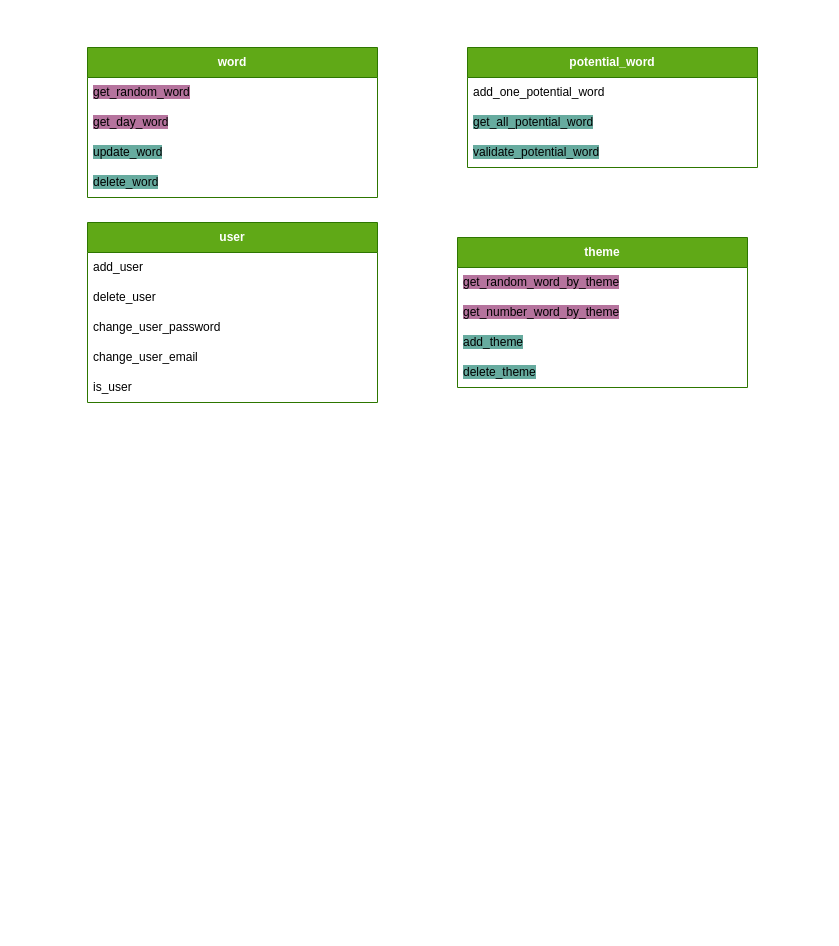
Above: polymathon.drawio in Staneo644/Polymathon_back (draw.io), before the change. Source tidied: cells renumbered, new cells numbered last; positions are measured from the earlier drawing's top-left corner, leaving out a move shared by most shapes. Both pictures are drawn from the tidied source at 100%, with x=0, y=0 at pixel (87, 47).
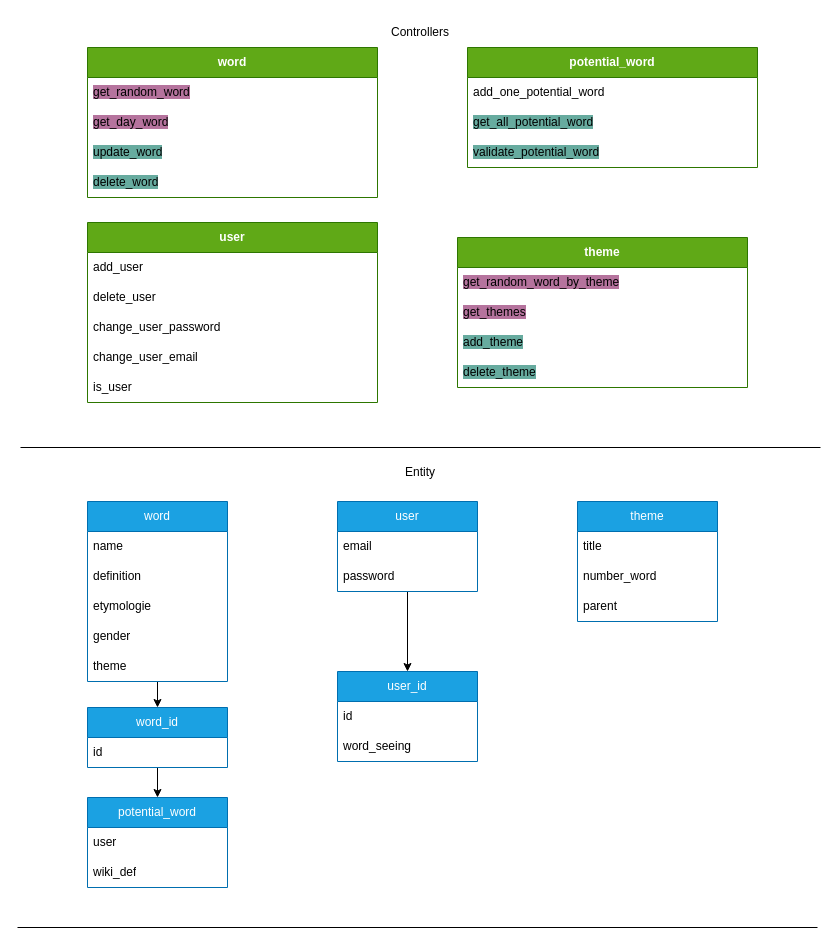
Above is the later version.

Commit message (it also covers changes not shown here):
modif draw

The change refers to these unchanged cells:
```xml
<mxCell id="17" value="&lt;strong&gt;theme&lt;/strong&gt;" style="swimlane;fontStyle=0;horizontal=1;startSize=30;whiteSpace=wrap;html=1;fillColor=#60a917;strokeColor=#2D7600;fontColor=#ffffff;" parent="1" vertex="1">
  <mxGeometry x="370" y="190" width="290" height="150" as="geometry" />
</mxCell>
```

The edit, as a diff of the source:
```diff
@@
-    <mxCell id="19" value="&lt;span style=&quot;background-color: rgb(181, 115, 157);&quot;&gt;get_number_word_by_theme&lt;/span&gt;" style="text;align=left;verticalAlign=middle;spacingLeft=4;spacingRight=4;overflow=hidden;whiteSpace=wrap;html=1;" parent="17" vertex="1">
-      <mxGeometry y="60" width="290" height="30" as="geometry" />
-    </mxCell>
+    <mxCell id="22" value="&lt;span style=&quot;background-color: rgb(181, 115, 157);&quot;&gt;get_themes&lt;/span&gt;" style="text;align=left;verticalAlign=middle;spacingLeft=4;spacingRight=4;overflow=hidden;whiteSpace=wrap;html=1;" parent="17" vertex="1">
+      <mxGeometry y="60" width="290" height="30" as="geometry" />
+    </mxCell>
@@
+    <mxCell id="23" style="endArrow=none;html=1;" parent="1" edge="1">
+      <mxGeometry relative="1" as="geometry">
+        <mxPoint x="-67" y="400" as="sourcePoint" />
+        <mxPoint x="733" y="400" as="targetPoint" />
+      </mxGeometry>
+    </mxCell>
+    <mxCell id="24" style="edgeStyle=none;html=1;" parent="1" edge="1" source="25" target="32">
+      <mxGeometry relative="1" as="geometry" />
+    </mxCell>
+    <mxCell id="25" value="word" style="swimlane;fontStyle=0;horizontal=1;startSize=30;whiteSpace=wrap;html=1;fillColor=#1ba1e2;fontColor=#ffffff;strokeColor=#006EAF;" parent="1" vertex="1">
+      <mxGeometry y="454" width="140" height="180" as="geometry" />
+    </mxCell>
+    <mxCell id="26" value="name" style="text;strokeColor=none;fillColor=none;align=left;verticalAlign=middle;spacingLeft=4;spacingRight=4;overflow=hidden;whiteSpace=wrap;html=1;" parent="25" vertex="1">
+      <mxGeometry y="30" width="140" height="30" as="geometry" />
+    </mxCell>
+    <mxCell id="27" value="definition" style="text;strokeColor=none;fillColor=none;align=left;verticalAlign=middle;spacingLeft=4;spacingRight=4;overflow=hidden;whiteSpace=wrap;html=1;" parent="25" vertex="1">
+      <mxGeometry y="60" width="140" height="30" as="geometry" />
+    </mxCell>
+    <mxCell id="28" value="etymologie" style="text;strokeColor=none;fillColor=none;align=left;verticalAlign=middle;spacingLeft=4;spacingRight=4;overflow=hidden;whiteSpace=wrap;html=1;" parent="25" vertex="1">
+      <mxGeometry y="90" width="140" height="30" as="geometry" />
+    </mxCell>
+    <mxCell id="29" value="gender" style="text;strokeColor=none;fillColor=none;align=left;verticalAlign=middle;spacingLeft=4;spacingRight=4;overflow=hidden;whiteSpace=wrap;html=1;" parent="25" vertex="1">
+      <mxGeometry y="120" width="140" height="30" as="geometry" />
+    </mxCell>
+    <mxCell id="30" value="theme" style="text;strokeColor=none;fillColor=none;align=left;verticalAlign=middle;spacingLeft=4;spacingRight=4;overflow=hidden;whiteSpace=wrap;html=1;" parent="25" vertex="1">
+      <mxGeometry y="150" width="140" height="30" as="geometry" />
+    </mxCell>
+    <mxCell id="31" style="edgeStyle=none;html=1;entryX=0.5;entryY=0;entryDx=0;entryDy=0;" parent="1" edge="1" source="32" target="34">
+      <mxGeometry relative="1" as="geometry" />
+    </mxCell>
+    <mxCell id="32" value="word_id" style="swimlane;fontStyle=0;horizontal=1;startSize=30;whiteSpace=wrap;html=1;fillColor=#1ba1e2;fontColor=#ffffff;strokeColor=#006EAF;" parent="1" vertex="1">
+      <mxGeometry y="660" width="140" height="60" as="geometry" />
+    </mxCell>
+    <mxCell id="33" value="id" style="text;strokeColor=none;fillColor=none;align=left;verticalAlign=middle;spacingLeft=4;spacingRight=4;overflow=hidden;whiteSpace=wrap;html=1;" parent="32" vertex="1">
+      <mxGeometry y="30" width="140" height="30" as="geometry" />
+    </mxCell>
+    <mxCell id="34" value="potential_word" style="swimlane;fontStyle=0;horizontal=1;startSize=30;whiteSpace=wrap;html=1;fillColor=#1ba1e2;fontColor=#ffffff;strokeColor=#006EAF;" parent="1" vertex="1">
+      <mxGeometry y="750" width="140" height="90" as="geometry" />
+    </mxCell>
+    <mxCell id="35" value="user" style="text;strokeColor=none;fillColor=none;align=left;verticalAlign=middle;spacingLeft=4;spacingRight=4;overflow=hidden;whiteSpace=wrap;html=1;" parent="34" vertex="1">
+      <mxGeometry y="30" width="140" height="30" as="geometry" />
+    </mxCell>
+    <mxCell id="36" value="wiki_def" style="text;strokeColor=none;fillColor=none;align=left;verticalAlign=middle;spacingLeft=4;spacingRight=4;overflow=hidden;whiteSpace=wrap;html=1;" parent="34" vertex="1">
+      <mxGeometry y="60" width="140" height="30" as="geometry" />
+    </mxCell>
+    <mxCell id="37" style="edgeStyle=none;html=1;" parent="1" edge="1" source="38" target="41">
+      <mxGeometry relative="1" as="geometry" />
+    </mxCell>
+    <mxCell id="38" value="user" style="swimlane;fontStyle=0;horizontal=1;startSize=30;whiteSpace=wrap;html=1;fillColor=#1ba1e2;fontColor=#ffffff;strokeColor=#006EAF;" parent="1" vertex="1">
+      <mxGeometry x="250" y="454" width="140" height="90" as="geometry" />
+    </mxCell>
+    <mxCell id="39" value="email" style="text;strokeColor=none;fillColor=none;align=left;verticalAlign=middle;spacingLeft=4;spacingRight=4;overflow=hidden;whiteSpace=wrap;html=1;" parent="38" vertex="1">
+      <mxGeometry y="30" width="140" height="30" as="geometry" />
+    </mxCell>
+    <mxCell id="40" value="password" style="text;strokeColor=none;fillColor=none;align=left;verticalAlign=middle;spacingLeft=4;spacingRight=4;overflow=hidden;whiteSpace=wrap;html=1;" parent="38" vertex="1">
+      <mxGeometry y="60" width="140" height="30" as="geometry" />
+    </mxCell>
+    <mxCell id="41" value="user_id" style="swimlane;fontStyle=0;horizontal=1;startSize=30;whiteSpace=wrap;html=1;fillColor=#1ba1e2;fontColor=#ffffff;strokeColor=#006EAF;" parent="1" vertex="1">
+      <mxGeometry x="250" y="624" width="140" height="90" as="geometry" />
+    </mxCell>
+    <mxCell id="42" value="id" style="text;strokeColor=none;fillColor=none;align=left;verticalAlign=middle;spacingLeft=4;spacingRight=4;overflow=hidden;whiteSpace=wrap;html=1;" parent="41" vertex="1">
+      <mxGeometry y="30" width="140" height="30" as="geometry" />
+    </mxCell>
+    <mxCell id="43" value="word_seeing" style="text;strokeColor=none;fillColor=none;align=left;verticalAlign=middle;spacingLeft=4;spacingRight=4;overflow=hidden;whiteSpace=wrap;html=1;" parent="41" vertex="1">
+      <mxGeometry y="60" width="140" height="30" as="geometry" />
+    </mxCell>
+    <mxCell id="44" value="theme" style="swimlane;fontStyle=0;horizontal=1;startSize=30;whiteSpace=wrap;html=1;fillColor=#1ba1e2;fontColor=#ffffff;strokeColor=#006EAF;" parent="1" vertex="1">
+      <mxGeometry x="490" y="454" width="140" height="120" as="geometry" />
+    </mxCell>
+    <mxCell id="45" value="title" style="text;strokeColor=none;fillColor=none;align=left;verticalAlign=middle;spacingLeft=4;spacingRight=4;overflow=hidden;whiteSpace=wrap;html=1;" parent="44" vertex="1">
+      <mxGeometry y="30" width="140" height="30" as="geometry" />
+    </mxCell>
+    <mxCell id="46" value="number_word" style="text;strokeColor=none;fillColor=none;align=left;verticalAlign=middle;spacingLeft=4;spacingRight=4;overflow=hidden;whiteSpace=wrap;html=1;" parent="44" vertex="1">
+      <mxGeometry y="60" width="140" height="30" as="geometry" />
+    </mxCell>
+    <mxCell id="47" value="parent" style="text;strokeColor=none;fillColor=none;align=left;verticalAlign=middle;spacingLeft=4;spacingRight=4;overflow=hidden;whiteSpace=wrap;html=1;" parent="44" vertex="1">
+      <mxGeometry y="90" width="140" height="30" as="geometry" />
+    </mxCell>
+    <mxCell id="48" style="endArrow=none;html=1;" parent="1" edge="1">
+      <mxGeometry relative="1" as="geometry">
+        <mxPoint x="-70" y="880" as="sourcePoint" />
+        <mxPoint x="730" y="880" as="targetPoint" />
+      </mxGeometry>
+    </mxCell>
+    <mxCell id="49" value="Entity" style="text;html=1;strokeColor=none;fillColor=none;align=center;verticalAlign=middle;whiteSpace=wrap;rounded=0;" parent="1" vertex="1">
+      <mxGeometry x="303" y="410" width="60" height="30" as="geometry" />
+    </mxCell>
+    <mxCell id="50" value="Controllers" style="text;html=1;strokeColor=none;fillColor=none;align=center;verticalAlign=middle;whiteSpace=wrap;rounded=0;" parent="1" vertex="1">
+      <mxGeometry x="303" y="-30" width="60" height="30" as="geometry" />
+    </mxCell>
```
